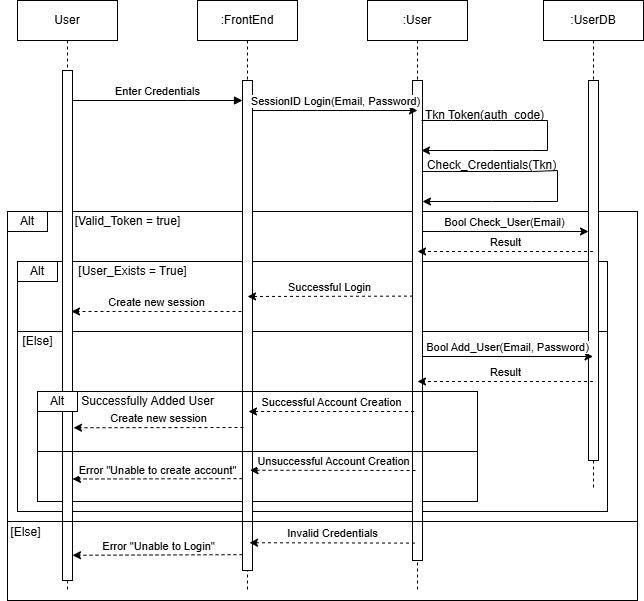
Earlier version of the draw.io export documentation/images/login_jog.drawio.png (TrailBlazersInc/TrailBlazers). Source tidied: cells renumbered, new cells last; positions are measured from the earlier drawing's top-left corner, leaving out a move shared by most shapes.
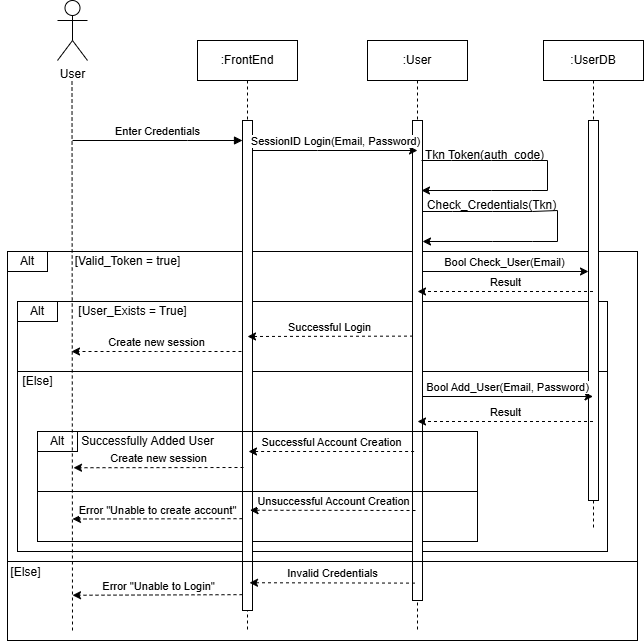
Later version of the same file.

Commit message:
Updated Sequence Diagram for Login and Sign Out

Change to the diagram source:
```diff
@@ -14,20 +14,15 @@
     <mxCell id="5" style="rounded=0;whiteSpace=wrap;html=1;fillColor=none;" parent="1" vertex="1">
       <mxGeometry x="17" y="261" width="590" height="70" as="geometry" />
     </mxCell>
-    <mxCell id="6" value="User" style="shape=umlLifeline;perimeter=lifelinePerimeter;whiteSpace=wrap;html=1;newEdgeStyle={&quot;edgeStyle&quot;:&quot;elbowEdgeStyle&quot;,&quot;elbow&quot;:&quot;vertical&quot;,&quot;curved&quot;:0,&quot;rounded&quot;:0};" parent="1" vertex="1">
-      <mxGeometry x="17" width="100" height="590" as="geometry" />
-    </mxCell>
-    <mxCell id="7" style="html=1;points=[];perimeter=orthogonalPerimeter;outlineConnect=0;targetShapes=umlLifeline;portConstraint=eastwest;newEdgeStyle={&quot;edgeStyle&quot;:&quot;elbowEdgeStyle&quot;,&quot;elbow&quot;:&quot;vertical&quot;,&quot;curved&quot;:0,&quot;rounded&quot;:0};" parent="6" vertex="1">
-      <mxGeometry x="45" y="70" width="10" height="510" as="geometry" />
-    </mxCell>
     <mxCell id="8" value=":FrontEnd" style="shape=umlLifeline;perimeter=lifelinePerimeter;whiteSpace=wrap;html=1;newEdgeStyle={&quot;edgeStyle&quot;:&quot;elbowEdgeStyle&quot;,&quot;elbow&quot;:&quot;vertical&quot;,&quot;curved&quot;:0,&quot;rounded&quot;:0};" parent="1" vertex="1">
       <mxGeometry x="197" width="100" height="590" as="geometry" />
     </mxCell>
     <mxCell id="9" style="html=1;points=[];perimeter=orthogonalPerimeter;outlineConnect=0;targetShapes=umlLifeline;portConstraint=eastwest;newEdgeStyle={&quot;edgeStyle&quot;:&quot;elbowEdgeStyle&quot;,&quot;elbow&quot;:&quot;vertical&quot;,&quot;curved&quot;:0,&quot;rounded&quot;:0};" parent="8" vertex="1">
       <mxGeometry x="45" y="80" width="10" height="490" as="geometry" />
     </mxCell>
-    <mxCell id="10" value="Enter Credentials" style="html=1;verticalAlign=bottom;endArrow=block;edgeStyle=elbowEdgeStyle;elbow=vertical;curved=0;rounded=0;" parent="1" edge="1" source="7" target="9">
+    <mxCell id="10" value="Enter Credentials" style="html=1;verticalAlign=bottom;endArrow=block;edgeStyle=elbowEdgeStyle;elbow=vertical;curved=0;rounded=0;" parent="1" edge="1" target="9">
       <mxGeometry relative="1" as="geometry">
+        <mxPoint x="72" y="100" as="sourcePoint" />
         <Array as="points">
           <mxPoint x="187" y="100" />
           <mxPoint x="157" y="80" />
@@ -188,5 +183,14 @@
     <mxCell id="41" value="[Else]" style="text;html=1;align=center;verticalAlign=middle;strokeColor=none;fillColor=none;" parent="1" vertex="1">
       <mxGeometry y="517" width="50" height="30" as="geometry" />
     </mxCell>
+    <mxCell id="6" value="User" style="shape=umlActor;verticalLabelPosition=bottom;verticalAlign=top;html=1;" parent="1" vertex="1">
+      <mxGeometry x="57" y="-40" width="30" height="60" as="geometry" />
+    </mxCell>
+    <mxCell id="42" style="endArrow=none;dashed=1;html=1;rounded=0;" parent="1" edge="1">
+      <mxGeometry relative="1" as="geometry">
+        <mxPoint x="72" y="590" as="sourcePoint" />
+        <mxPoint x="71.5" y="40" as="targetPoint" />
+      </mxGeometry>
+    </mxCell>
   </root>
 </mxGraphModel>
```
